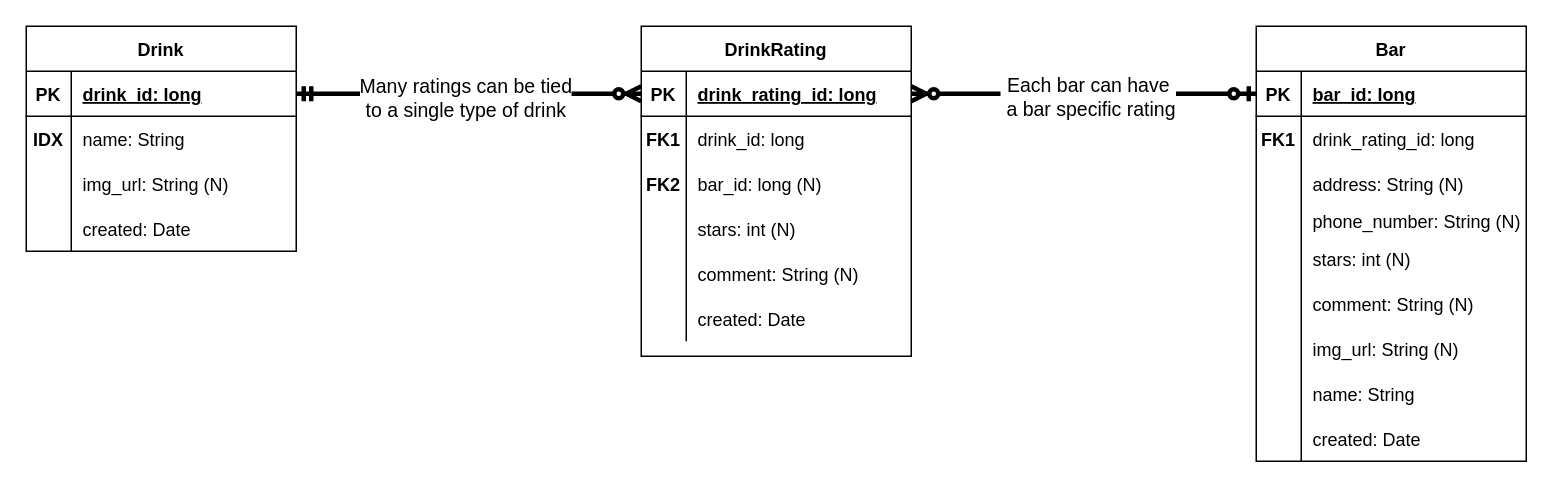
Earlier version of the draw.io diagram docs/img/drawio/erd.drawio (tnordquist/personal-android-project-rbrazell1). Source tidied: cells renumbered, new cells numbered last; positions are measured from the earlier drawing's top-left corner, leaving out a move shared by most shapes. Both pictures are drawn from the tidied source at 150%, with x=0, y=0 at pixel (26, 26).
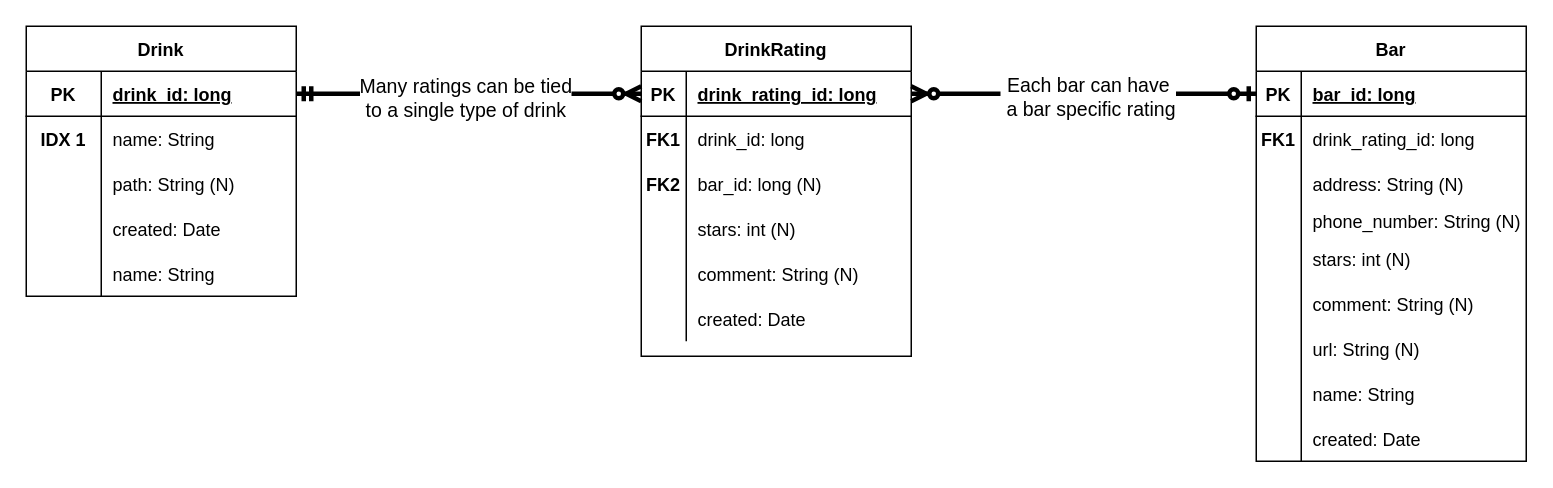
After the change.

Unchanged cells that the change refers to:
```xml
<mxCell id="3" style="shape=partialRectangle;fillColor=none;top=0;left=0;bottom=1;right=0;points=[[0,0.5],[1,0.5]];portConstraint=eastwest;" parent="2" vertex="1">
  <mxGeometry y="30" width="180" height="30" as="geometry" />
</mxCell>
<mxCell id="6" style="shape=partialRectangle;fillColor=none;top=0;left=0;bottom=0;right=0;" parent="2" vertex="1">
  <mxGeometry y="60" width="180" height="30" as="geometry" />
</mxCell>
<mxCell id="9" style="shape=partialRectangle;fillColor=none;top=0;left=0;bottom=0;right=0;" parent="2" vertex="1">
  <mxGeometry y="90" width="180" height="30" as="geometry" />
</mxCell>
<mxCell id="12" style="shape=partialRectangle;fillColor=none;top=0;left=0;bottom=0;right=0;" parent="2" vertex="1">
  <mxGeometry y="120" width="180" height="30" as="geometry" />
</mxCell>
<mxCell id="34" style="shape=partialRectangle;fillColor=none;top=0;left=0;bottom=0;right=0;" parent="15" vertex="1">
  <mxGeometry y="200" width="180" height="30" as="geometry" />
</mxCell>
```

Diff of the diagram source:
```diff
@@
     <mxCell id="2" value="Drink" style="shape=table;startSize=30;childLayout=tableLayout;rowLines=0;fontStyle=1;align=center;" parent="1" vertex="1">
-      <mxGeometry width="180" height="150" as="geometry" />
+      <mxGeometry width="180" height="180" as="geometry" />
     </mxCell>
@@
     <mxCell id="4" value="PK" style="shape=partialRectangle;fillColor=none;top=0;left=0;bottom=0;right=0;fontStyle=1;overflow=hidden;" parent="3" vertex="1">
-      <mxGeometry width="30" height="30" as="geometry" />
+      <mxGeometry width="50" height="30" as="geometry" />
     </mxCell>
     <mxCell id="5" value="drink_id: long" style="shape=partialRectangle;fillColor=none;top=0;left=0;bottom=0;right=0;align=left;spacingLeft=6;fontStyle=5;overflow=hidden;" parent="3" vertex="1">
-      <mxGeometry x="30" width="150" height="30" as="geometry" />
+      <mxGeometry x="50" width="130" height="30" as="geometry" />
     </mxCell>
@@
-    <mxCell id="7" value="IDX" style="shape=partialRectangle;fillColor=none;top=0;left=0;bottom=0;right=0;overflow=hidden;fontStyle=1;" parent="6" vertex="1">
-      <mxGeometry width="30" height="30" as="geometry" />
+    <mxCell id="7" value="IDX 1" style="shape=partialRectangle;fillColor=none;top=0;left=0;bottom=0;right=0;overflow=hidden;fontStyle=1;" parent="6" vertex="1">
+      <mxGeometry width="50" height="30" as="geometry" />
     </mxCell>
     <mxCell id="8" value="name: String" style="shape=partialRectangle;fillColor=none;top=0;left=0;bottom=0;right=0;align=left;spacingLeft=6;overflow=hidden;" parent="6" vertex="1">
-      <mxGeometry x="30" width="150" height="30" as="geometry" />
+      <mxGeometry x="50" width="130" height="30" as="geometry" />
     </mxCell>
@@
     <mxCell id="10" style="shape=partialRectangle;fillColor=none;top=0;left=0;bottom=0;right=0;overflow=hidden;" parent="9" vertex="1">
-      <mxGeometry width="30" height="30" as="geometry" />
+      <mxGeometry width="50" height="30" as="geometry" />
     </mxCell>
-    <mxCell id="11" value="img_url: String (N)" style="shape=partialRectangle;fillColor=none;top=0;left=0;bottom=0;right=0;align=left;spacingLeft=6;overflow=hidden;" parent="9" vertex="1">
-      <mxGeometry x="30" width="150" height="30" as="geometry" />
+    <mxCell id="11" value="path: String (N)" style="shape=partialRectangle;fillColor=none;top=0;left=0;bottom=0;right=0;align=left;spacingLeft=6;overflow=hidden;" parent="9" vertex="1">
+      <mxGeometry x="50" width="130" height="30" as="geometry" />
     </mxCell>
@@
     <mxCell id="13" style="shape=partialRectangle;fillColor=none;top=0;left=0;bottom=0;right=0;overflow=hidden;" parent="12" vertex="1">
-      <mxGeometry width="30" height="30" as="geometry" />
+      <mxGeometry width="50" height="30" as="geometry" />
     </mxCell>
     <mxCell id="14" value="created: Date" style="shape=partialRectangle;fillColor=none;top=0;left=0;bottom=0;right=0;align=left;spacingLeft=6;overflow=hidden;" parent="12" vertex="1">
-      <mxGeometry x="30" width="150" height="30" as="geometry" />
+      <mxGeometry x="50" width="130" height="30" as="geometry" />
     </mxCell>
+    <mxCell id="66" style="shape=partialRectangle;fillColor=none;top=0;left=0;bottom=0;right=0;" parent="2" vertex="1">
+      <mxGeometry y="150" width="180" height="30" as="geometry" />
+    </mxCell>
+    <mxCell id="67" style="shape=partialRectangle;fillColor=none;top=0;left=0;bottom=0;right=0;overflow=hidden;" parent="66" vertex="1">
+      <mxGeometry width="50" height="30" as="geometry" />
+    </mxCell>
+    <mxCell id="68" value="name: String " style="shape=partialRectangle;fillColor=none;top=0;left=0;bottom=0;right=0;align=left;spacingLeft=6;overflow=hidden;" parent="66" vertex="1">
+      <mxGeometry x="50" width="130" height="30" as="geometry" />
+    </mxCell>
@@
-    <mxCell id="36" value="img_url: String (N)" style="shape=partialRectangle;fillColor=none;top=0;left=0;bottom=0;right=0;align=left;spacingLeft=6;overflow=hidden;" parent="34" vertex="1">
+    <mxCell id="36" value="url: String (N)" style="shape=partialRectangle;fillColor=none;top=0;left=0;bottom=0;right=0;align=left;spacingLeft=6;overflow=hidden;" parent="34" vertex="1">
       <mxGeometry x="30" width="150" height="30" as="geometry" />
     </mxCell>
```
